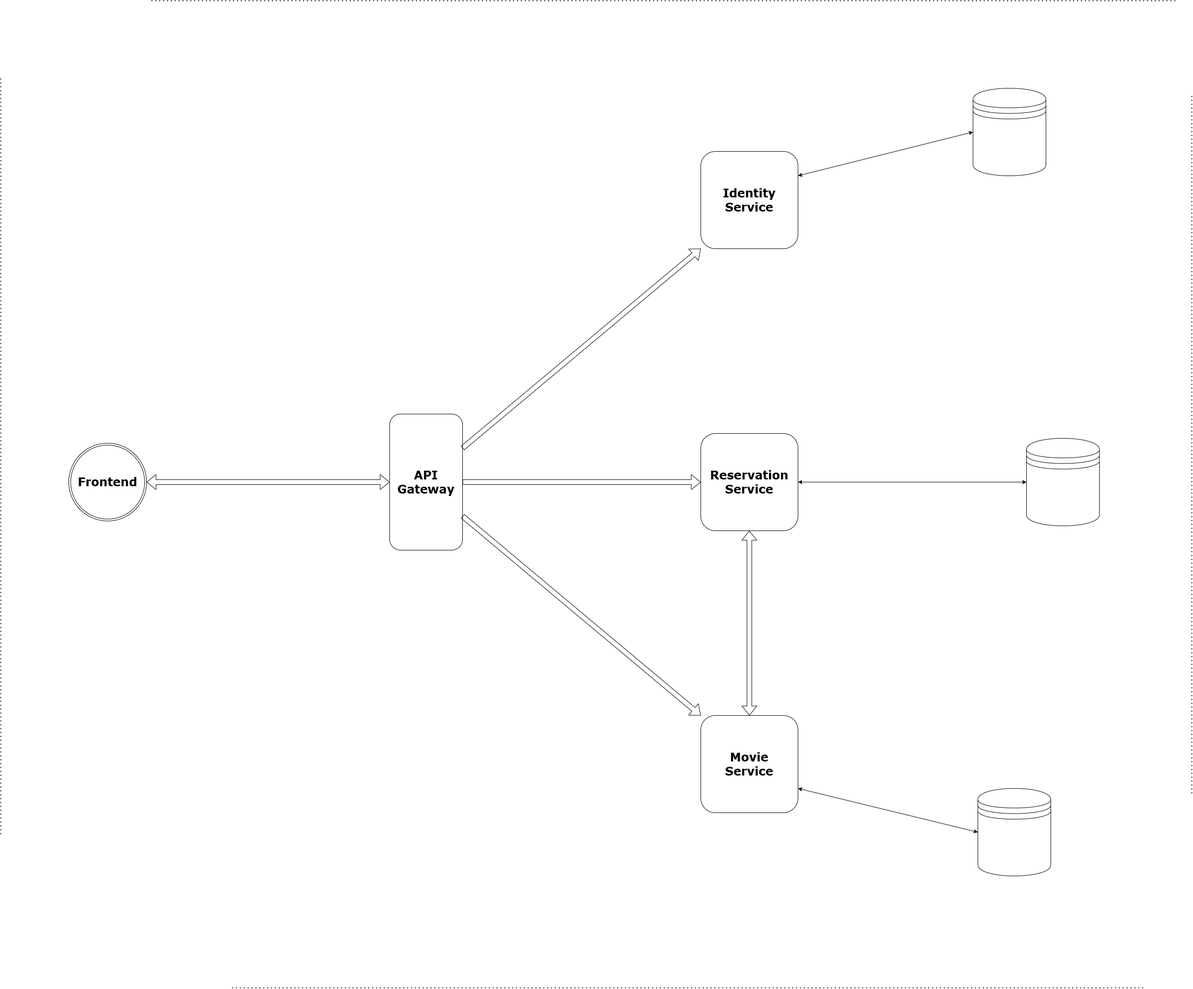
This is docs/system-architecture-diagram.png from mazenaly256/Cinema-Seat-Reservation-System, a draw.io export, as it was before one commit. Source tidied: cells renumbered, new cells last; positions are measured from the earlier drawing's top-left corner, leaving out a move shared by most shapes.
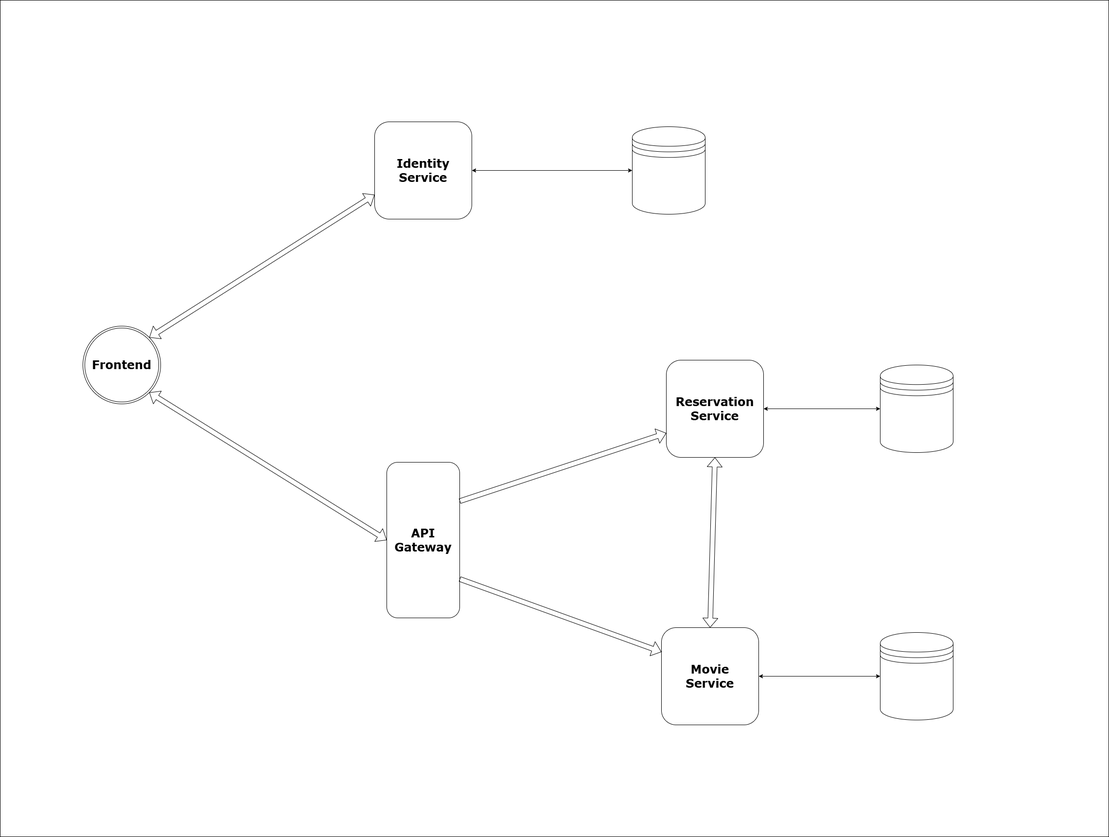
The same diagram one commit later.

Commit message:
fix: fix a mistake in the system architecture diagram, and fix gateway configuration

Change to the diagram source:
```diff
@@ -2,25 +2,25 @@
   <root>
     <mxCell id="0" />
     <mxCell id="1" parent="0" />
+    <mxCell id="22" style="rounded=0;whiteSpace=wrap;html=1;" parent="1" vertex="1">
+      <mxGeometry x="-30" y="240" width="2280" height="1720" as="geometry" />
+    </mxCell>
     <mxCell id="2" value="Reservation&lt;div&gt;Service&lt;/div&gt;" style="rounded=1;whiteSpace=wrap;html=1;fontSize=24;fontFamily=Verdana;fontStyle=1;" parent="1" vertex="1">
-      <mxGeometry x="1440" y="890" width="200" height="200" as="geometry" />
+      <mxGeometry x="1340" y="980" width="200" height="200" as="geometry" />
     </mxCell>
     <mxCell id="3" value="Movie&lt;div&gt;Service&lt;/div&gt;" style="rounded=1;whiteSpace=wrap;html=1;fontSize=24;fontFamily=Verdana;fontStyle=1;" parent="1" vertex="1">
-      <mxGeometry x="1440" y="1470" width="200" height="200" as="geometry" />
+      <mxGeometry x="1330" y="1530" width="200" height="200" as="geometry" />
     </mxCell>
     <mxCell id="4" value="API&lt;div&gt;Gateway&lt;/div&gt;" style="rounded=1;whiteSpace=wrap;html=1;fontSize=24;rotation=0;fontFamily=Verdana;fontStyle=1;" parent="1" vertex="1">
-      <mxGeometry x="800" y="850" width="150" height="280" as="geometry" />
+      <mxGeometry x="765" y="1190" width="150" height="320" as="geometry" />
     </mxCell>
     <mxCell id="5" value="Identity&lt;div&gt;Service&lt;/div&gt;" style="rounded=1;whiteSpace=wrap;html=1;fontSize=24;fontFamily=Verdana;fontStyle=1;" parent="1" vertex="1">
-      <mxGeometry x="1440" y="310" width="200" height="200" as="geometry" />
+      <mxGeometry x="740" y="490" width="200" height="200" as="geometry" />
     </mxCell>
-    <mxCell id="6" style="shape=flexArrow;endArrow=classic;html=1;rounded=0;entryX=0;entryY=1;entryDx=0;entryDy=0;fontSize=24;exitX=1;exitY=0.25;exitDx=0;exitDy=0;fontFamily=Verdana;fontStyle=1;" parent="1" edge="1" source="4" target="5">
-      <mxGeometry relative="1" as="geometry" />
-    </mxCell>
-    <mxCell id="7" style="shape=flexArrow;endArrow=classic;html=1;rounded=0;entryX=0;entryY=0;entryDx=0;entryDy=0;fontSize=24;exitX=1;exitY=0.75;exitDx=0;exitDy=0;fontFamily=Verdana;fontStyle=1;" parent="1" edge="1" source="4" target="3">
+    <mxCell id="7" style="shape=flexArrow;endArrow=classic;html=1;rounded=0;entryX=0;entryY=0.25;entryDx=0;entryDy=0;fontSize=24;exitX=1;exitY=0.75;exitDx=0;exitDy=0;fontFamily=Verdana;fontStyle=1;" parent="1" edge="1" source="4" target="3">
       <mxGeometry relative="1" as="geometry" />
     </mxCell>
-    <mxCell id="8" style="shape=flexArrow;endArrow=classic;html=1;rounded=0;fontSize=24;exitX=1;exitY=0.5;exitDx=0;exitDy=0;entryX=0;entryY=0.5;entryDx=0;entryDy=0;fontFamily=Verdana;fontStyle=1;" parent="1" edge="1" source="4" target="2">
+    <mxCell id="8" style="shape=flexArrow;endArrow=classic;html=1;rounded=0;fontSize=24;exitX=1;exitY=0.25;exitDx=0;exitDy=0;entryX=0;entryY=0.75;entryDx=0;entryDy=0;fontFamily=Verdana;fontStyle=1;" parent="1" edge="1" source="4" target="2">
       <mxGeometry relative="1" as="geometry" />
     </mxCell>
     <mxCell id="9" style="shape=flexArrow;endArrow=classic;startArrow=classic;html=1;rounded=0;exitX=0.5;exitY=0;exitDx=0;exitDy=0;entryX=0.5;entryY=1;entryDx=0;entryDy=0;fontSize=24;fontFamily=Verdana;fontStyle=1;" parent="1" edge="1" source="3" target="2">
@@ -29,50 +29,29 @@
     <mxCell id="10" style="endArrow=classic;startArrow=classic;html=1;rounded=0;exitX=1;exitY=0.5;exitDx=0;exitDy=0;entryX=0;entryY=0.5;entryDx=0;entryDy=0;fontSize=24;fontFamily=Verdana;fontStyle=1;" parent="1" edge="1" source="2" target="20">
       <mxGeometry relative="1" as="geometry" />
     </mxCell>
-    <mxCell id="11" style="endArrow=classic;startArrow=classic;html=1;rounded=0;exitX=0;exitY=0.5;exitDx=0;exitDy=0;fontSize=24;entryX=1;entryY=0.75;entryDx=0;entryDy=0;fontFamily=Verdana;fontStyle=1;" parent="1" edge="1" source="21" target="3">
+    <mxCell id="11" style="endArrow=classic;startArrow=classic;html=1;rounded=0;exitX=0;exitY=0.5;exitDx=0;exitDy=0;fontSize=24;entryX=1;entryY=0.5;entryDx=0;entryDy=0;fontFamily=Verdana;fontStyle=1;" parent="1" edge="1" source="21" target="3">
       <mxGeometry relative="1" as="geometry" />
     </mxCell>
     <mxCell id="12" style="shape=datastore;whiteSpace=wrap;html=1;fontSize=24;fontFamily=Verdana;fontStyle=1;" parent="1" vertex="1">
-      <mxGeometry x="2000" y="180" width="150" height="180" as="geometry" />
+      <mxGeometry x="1270" y="500" width="150" height="180" as="geometry" />
     </mxCell>
-    <mxCell id="13" style="endArrow=classic;startArrow=classic;html=1;rounded=0;exitX=1;exitY=0.25;exitDx=0;exitDy=0;entryX=0;entryY=0.5;entryDx=0;entryDy=0;fontSize=24;fontFamily=Verdana;fontStyle=1;" parent="1" edge="1" source="5" target="12">
+    <mxCell id="13" style="endArrow=classic;startArrow=classic;html=1;rounded=0;exitX=1;exitY=0.5;exitDx=0;exitDy=0;entryX=0;entryY=0.5;entryDx=0;entryDy=0;fontSize=24;fontFamily=Verdana;fontStyle=1;" parent="1" edge="1" source="5" target="12">
       <mxGeometry relative="1" as="geometry" />
     </mxCell>
     <mxCell id="14" value="Frontend" style="ellipse;shape=doubleEllipse;whiteSpace=wrap;html=1;fontSize=24;fontStyle=1;fontFamily=Verdana;" parent="1" vertex="1">
       <mxGeometry x="140" y="910" width="160" height="160" as="geometry" />
     </mxCell>
-    <mxCell id="15" style="shape=flexArrow;endArrow=classic;startArrow=classic;html=1;rounded=0;exitX=1;exitY=0.5;exitDx=0;exitDy=0;entryX=0;entryY=0.5;entryDx=0;entryDy=0;fontSize=24;fontFamily=Verdana;fontStyle=1;" parent="1" edge="1" source="14" target="4">
+    <mxCell id="15" style="shape=flexArrow;endArrow=classic;startArrow=classic;html=1;rounded=0;exitX=1;exitY=1;exitDx=0;exitDy=0;entryX=0;entryY=0.5;entryDx=0;entryDy=0;fontSize=24;fontFamily=Verdana;fontStyle=1;" parent="1" edge="1" source="14" target="4">
       <mxGeometry relative="1" as="geometry" />
     </mxCell>
-    <mxCell id="16" style="endArrow=none;dashed=1;html=1;dashPattern=1 3;strokeWidth=2;rounded=0;fontStyle=1;fontSize=24;fontFamily=Verdana;" parent="1" edge="1">
-      <mxGeometry relative="1" as="geometry">
-        <mxPoint x="2450" y="1630" as="sourcePoint" />
-        <mxPoint x="2450" y="190" as="targetPoint" />
-      </mxGeometry>
-    </mxCell>
-    <mxCell id="17" style="endArrow=none;dashed=1;html=1;dashPattern=1 3;strokeWidth=2;rounded=0;fontStyle=1;fontSize=24;fontFamily=Verdana;" parent="1" edge="1">
-      <mxGeometry relative="1" as="geometry">
-        <mxPoint x="310" as="sourcePoint" />
-        <mxPoint x="2420" as="targetPoint" />
-      </mxGeometry>
-    </mxCell>
-    <mxCell id="18" style="endArrow=none;dashed=1;html=1;dashPattern=1 3;strokeWidth=2;rounded=0;fontStyle=1;fontSize=24;fontFamily=Verdana;" parent="1" edge="1">
-      <mxGeometry relative="1" as="geometry">
-        <mxPoint y="160" as="sourcePoint" />
-        <mxPoint y="1720" as="targetPoint" />
-      </mxGeometry>
-    </mxCell>
-    <mxCell id="19" style="endArrow=none;dashed=1;html=1;dashPattern=1 3;strokeWidth=2;rounded=0;fontStyle=1;fontSize=24;fontFamily=Verdana;" parent="1" edge="1">
-      <mxGeometry relative="1" as="geometry">
-        <mxPoint x="2350" y="2030" as="sourcePoint" />
-        <mxPoint x="470" y="2030" as="targetPoint" />
-      </mxGeometry>
-    </mxCell>
     <mxCell id="20" style="shape=datastore;whiteSpace=wrap;html=1;fontSize=24;fontFamily=Verdana;fontStyle=1;" parent="1" vertex="1">
-      <mxGeometry x="2110" y="900" width="150" height="180" as="geometry" />
+      <mxGeometry x="1780" y="990" width="150" height="180" as="geometry" />
     </mxCell>
     <mxCell id="21" style="shape=datastore;whiteSpace=wrap;html=1;fontSize=24;fontFamily=Verdana;fontStyle=1;" parent="1" vertex="1">
-      <mxGeometry x="2010" y="1620" width="150" height="180" as="geometry" />
+      <mxGeometry x="1780" y="1540" width="150" height="180" as="geometry" />
     </mxCell>
+    <mxCell id="23" style="shape=flexArrow;endArrow=classic;startArrow=classic;html=1;rounded=0;exitX=0;exitY=0.75;exitDx=0;exitDy=0;fontSize=24;fontFamily=Verdana;fontStyle=1;entryX=1;entryY=0;entryDx=0;entryDy=0;" parent="1" edge="1" source="5" target="14">
+      <mxGeometry relative="1" as="geometry" />
+    </mxCell>
   </root>
 </mxGraphModel>
```
